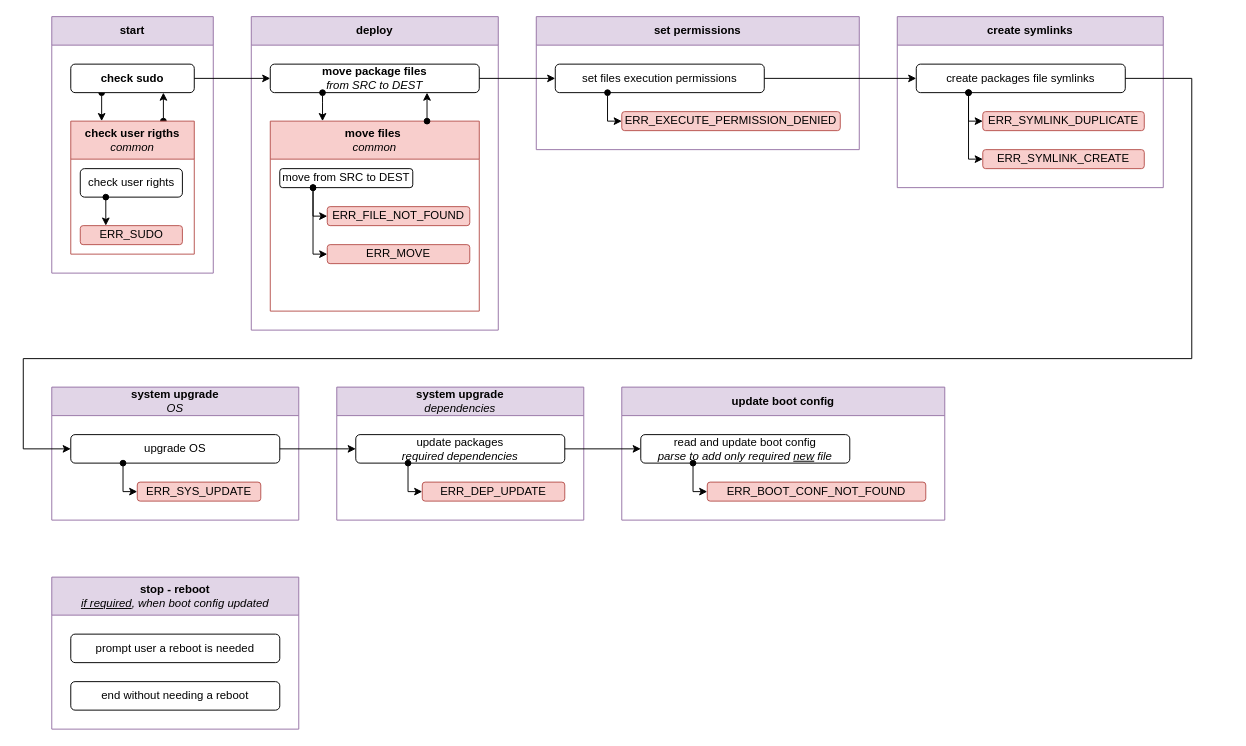
The draw.io diagram page "install-process" (2 of 4) of docs/utils/drawio/arch.drawio in repeact/embedded-sw, before the edit. Source tidied: cells renumbered, new cells numbered last; positions are measured from the earlier drawing's top-left corner, leaving out a move shared by most shapes. Both pictures are drawn from the tidied source at 95%, with x=0, y=0 at pixel (23, 16).
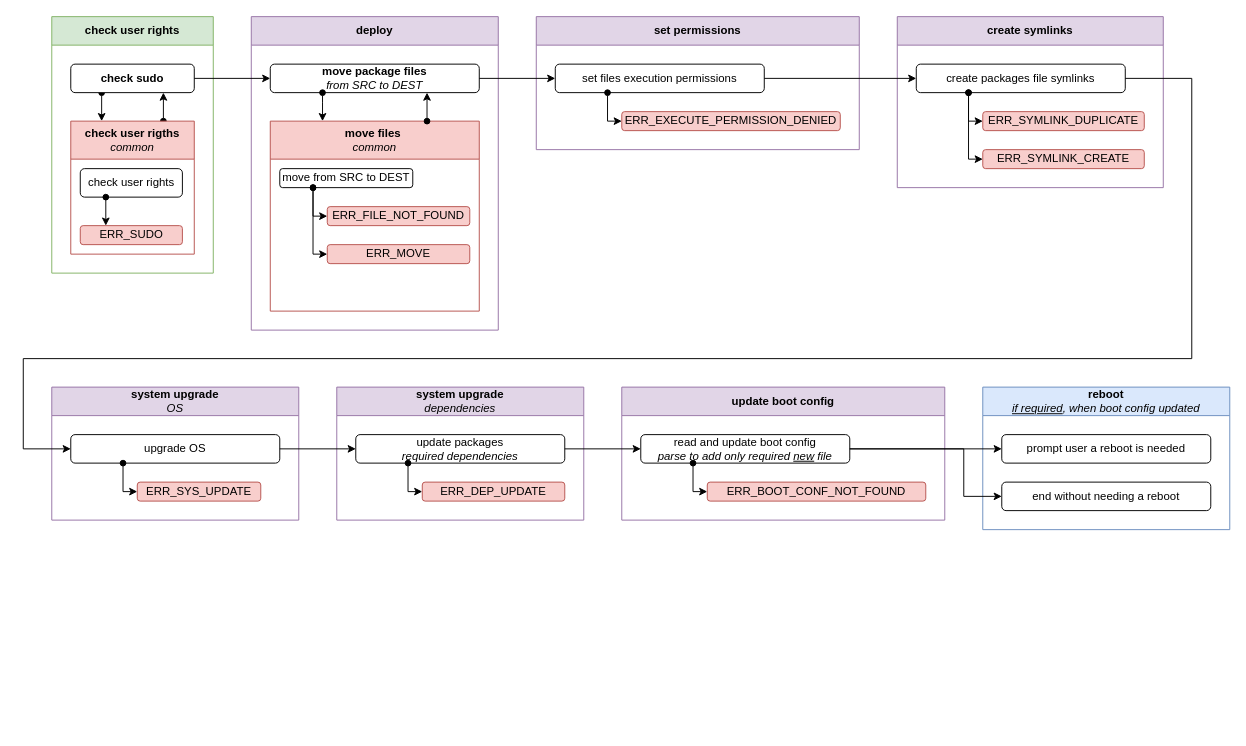
The same page after the edit.

Unchanged cells that the change refers to:
```xml
<mxCell id="35" value="read and update boot config&lt;div&gt;&lt;i&gt;parse to add only required &lt;u style=&quot;&quot;&gt;new&lt;/u&gt; file&lt;/i&gt;&lt;/div&gt;" style="rounded=1;whiteSpace=wrap;html=1;" parent="34" vertex="1">
  <mxGeometry x="20" y="50" width="220" height="30" as="geometry" />
</mxCell>
```

What changed in the source:
```diff
@@
-    <mxCell id="2" value="start" style="swimlane;whiteSpace=wrap;html=1;startSize=30;fillColor=#e1d5e7;strokeColor=#9673a6;" parent="1" vertex="1">
+    <mxCell id="2" value="check user rights" style="swimlane;whiteSpace=wrap;html=1;startSize=30;fillColor=#d5e8d4;strokeColor=#82b366;" parent="1" vertex="1">
       <mxGeometry x="30" width="170" height="270" as="geometry" />
     </mxCell>
@@
-    <mxCell id="38" value="stop - reboot&lt;div&gt;&lt;span style=&quot;font-weight: normal;&quot;&gt;&lt;i&gt;&lt;u&gt;if required&lt;/u&gt;, when boot config updated&lt;/i&gt;&lt;/span&gt;&lt;/div&gt;" style="swimlane;whiteSpace=wrap;html=1;startSize=40;fillColor=#e1d5e7;strokeColor=#9673a6;" parent="1" vertex="1">
-      <mxGeometry x="30" y="590" width="260" height="160" as="geometry" />
+    <mxCell id="38" value="reboot&lt;div&gt;&lt;span style=&quot;font-weight: normal;&quot;&gt;&lt;i&gt;&lt;u&gt;if required&lt;/u&gt;, when boot config updated&lt;/i&gt;&lt;/span&gt;&lt;/div&gt;" style="swimlane;whiteSpace=wrap;html=1;startSize=30;fillColor=#dae8fc;strokeColor=#6c8ebf;" parent="1" vertex="1">
+      <mxGeometry x="1010" y="390" width="260" height="150" as="geometry" />
     </mxCell>
     <mxCell id="39" value="prompt user a reboot is needed" style="rounded=1;whiteSpace=wrap;html=1;" parent="38" vertex="1">
-      <mxGeometry x="20" y="60" width="220" height="30" as="geometry" />
+      <mxGeometry x="20" y="50" width="220" height="30" as="geometry" />
     </mxCell>
     <mxCell id="40" value="end without needing a reboot" style="rounded=1;whiteSpace=wrap;html=1;" parent="38" vertex="1">
-      <mxGeometry x="20" y="110" width="220" height="30" as="geometry" />
+      <mxGeometry x="20" y="100" width="220" height="30" as="geometry" />
     </mxCell>
@@
+    <mxCell id="51" style="edgeStyle=orthogonalEdgeStyle;rounded=0;jettySize=auto;html=1;exitX=1;exitY=0.5;exitDx=0;exitDy=0;entryX=0;entryY=0.5;entryDx=0;entryDy=0;" parent="1" edge="1" source="35" target="39">
+      <mxGeometry relative="1" as="geometry" />
+    </mxCell>
+    <mxCell id="52" style="edgeStyle=orthogonalEdgeStyle;rounded=0;jettySize=auto;html=1;exitX=1;exitY=0.5;exitDx=0;exitDy=0;entryX=0;entryY=0.5;entryDx=0;entryDy=0;" parent="1" edge="1" source="35" target="40">
+      <mxGeometry relative="1" as="geometry">
+        <Array as="points">
+          <mxPoint x="990" y="455" />
+          <mxPoint x="990" y="505" />
+        </Array>
+      </mxGeometry>
+    </mxCell>
```
